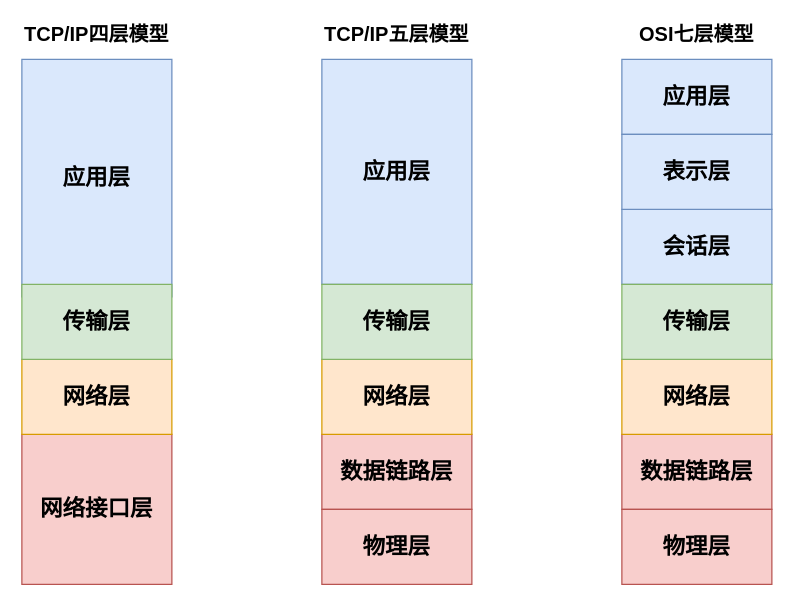
The draw.io diagram network/drawio/summary.drawio in QQ1350995917/gitbook, before the edit. Source tidied: cells renumbered, new cells numbered last; positions are measured from the earlier drawing's top-left corner, leaving out a move shared by most shapes. Both pictures are drawn from the tidied source at 125%, with x=0, y=0 at pixel (21, 21).
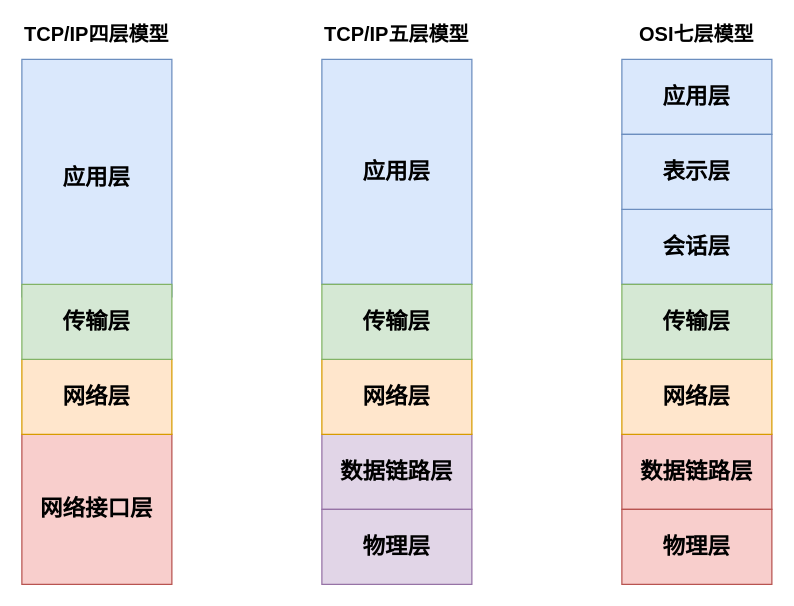
Above is the later version.

Commit message (it also covers changes not shown here):
Track 2 files into repository.

- modified network/drawio/summary.drawio
- untracked network/images/summary-stack.jpg

Auto commit by GitBook Editor

Diff of the diagram source:
```diff
@@
-    <mxCell id="7" value="数据链路层" style="rounded=0;whiteSpace=wrap;html=1;fillColor=#f8cecc;strokeColor=#b85450;fontStyle=1;fontSize=18;" parent="1" vertex="1">
+    <mxCell id="7" value="数据链路层" style="rounded=0;whiteSpace=wrap;html=1;fillColor=#e1d5e7;strokeColor=#9673a6;fontStyle=1;fontSize=18;" parent="1" vertex="1">
       <mxGeometry x="240" y="330" width="120" height="60" as="geometry" />
     </mxCell>
@@
-    <mxCell id="10" value="物理层" style="rounded=0;whiteSpace=wrap;html=1;fillColor=#f8cecc;strokeColor=#b85450;fontStyle=1;fontSize=18;" parent="1" vertex="1">
+    <mxCell id="10" value="物理层" style="rounded=0;whiteSpace=wrap;html=1;fillColor=#e1d5e7;strokeColor=#9673a6;fontStyle=1;fontSize=18;" parent="1" vertex="1">
       <mxGeometry x="240" y="390" width="120" height="60" as="geometry" />
     </mxCell>
```
